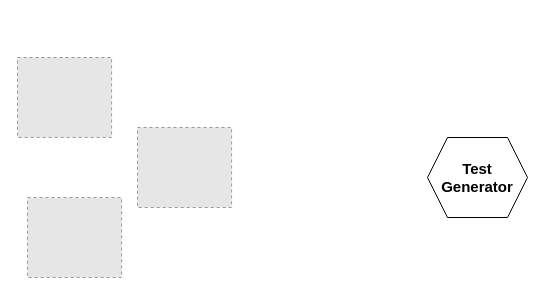
This is MU2GenTest.drawio from jpgros/site-web, a draw.io file, before an edit. Source tidied: cells renumbered, new cells numbered last; positions are measured from the earlier drawing's top-left corner, leaving out a move shared by most shapes. Both pictures are drawn from the tidied source at 100%, with x=0, y=0 at pixel (17, 57). Pictures stored in the file or linked from it are replaced by grey dashed boxes.
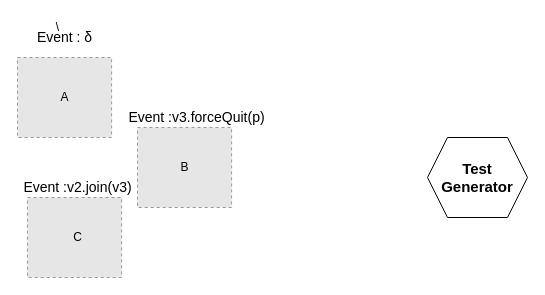
The same diagram, later.

Change to the diagram source:
```diff
@@
 <mxGraphModel>
   <root>
     <mxCell id="0" />
     <mxCell id="1" parent="0" />
     <mxCell id="2" value="&lt;b&gt;&lt;font style=&quot;font-size: 15px&quot;&gt;Test Generator&lt;/font&gt;&lt;/b&gt;" style="shape=hexagon;perimeter=hexagonPerimeter2;whiteSpace=wrap;html=1;fixedSize=1;" parent="1" vertex="1">
       <mxGeometry x="410" y="80" width="100" height="80" as="geometry" />
     </mxCell>
     <mxCell id="3" style="fillColor=#E6E6E6;strokeColor=#999999;dashed=1;verticalLabelPosition=bottom;labelBackgroundColor=#ffffff;verticalAlign=top;" parent="1" vertex="1">
       <mxGeometry width="94.1" height="80" as="geometry" />
     </mxCell>
     <mxCell id="4" style="fillColor=#E6E6E6;strokeColor=#999999;dashed=1;verticalLabelPosition=bottom;labelBackgroundColor=#ffffff;verticalAlign=top;" parent="1" vertex="1">
       <mxGeometry x="10" y="140" width="94.1" height="80" as="geometry" />
     </mxCell>
     <mxCell id="5" style="fillColor=#E6E6E6;strokeColor=#999999;dashed=1;verticalLabelPosition=bottom;labelBackgroundColor=#ffffff;verticalAlign=top;" parent="1" vertex="1">
       <mxGeometry x="120" y="70" width="94.1" height="80" as="geometry" />
     </mxCell>
+    <mxCell id="6" value="&lt;div&gt;\&lt;/div&gt;" style="text;html=1;align=center;verticalAlign=middle;" parent="1" vertex="1">
+      <mxGeometry x="30" y="-40" width="20" height="20" as="geometry" />
+    </mxCell>
+    <mxCell id="7" value="A" style="text;html=1;align=center;verticalAlign=middle;" parent="1" vertex="1">
+      <mxGeometry x="37.1" y="30" width="20" height="20" as="geometry" />
+    </mxCell>
+    <mxCell id="8" value="B" style="text;html=1;align=center;verticalAlign=middle;" parent="1" vertex="1">
+      <mxGeometry x="157.1" y="100" width="20" height="20" as="geometry" />
+    </mxCell>
+    <mxCell id="9" value="C" style="text;html=1;align=center;verticalAlign=middle;" parent="1" vertex="1">
+      <mxGeometry x="50" y="170" width="20" height="20" as="geometry" />
+    </mxCell>
+    <mxCell id="10" value="Event : δ" style="text;html=1;align=center;verticalAlign=middle;fontSize=14;" parent="1" vertex="1">
+      <mxGeometry x="12" y="-30" width="70" height="20" as="geometry" />
+    </mxCell>
+    <mxCell id="11" value="&lt;font style=&quot;font-size: 14px&quot;&gt;Event :v3.forceQuit(p)&lt;/font&gt;" style="text;html=1;align=center;verticalAlign=middle;" parent="1" vertex="1">
+      <mxGeometry x="104.1" y="50" width="150" height="20" as="geometry" />
+    </mxCell>
+    <mxCell id="12" value="&lt;font style=&quot;font-size: 14px&quot;&gt;Event :v2.join(v3)&lt;/font&gt;" style="text;html=1;align=center;verticalAlign=middle;" parent="1" vertex="1">
+      <mxGeometry y="120" width="120" height="20" as="geometry" />
+    </mxCell>
   </root>
 </mxGraphModel>
```
